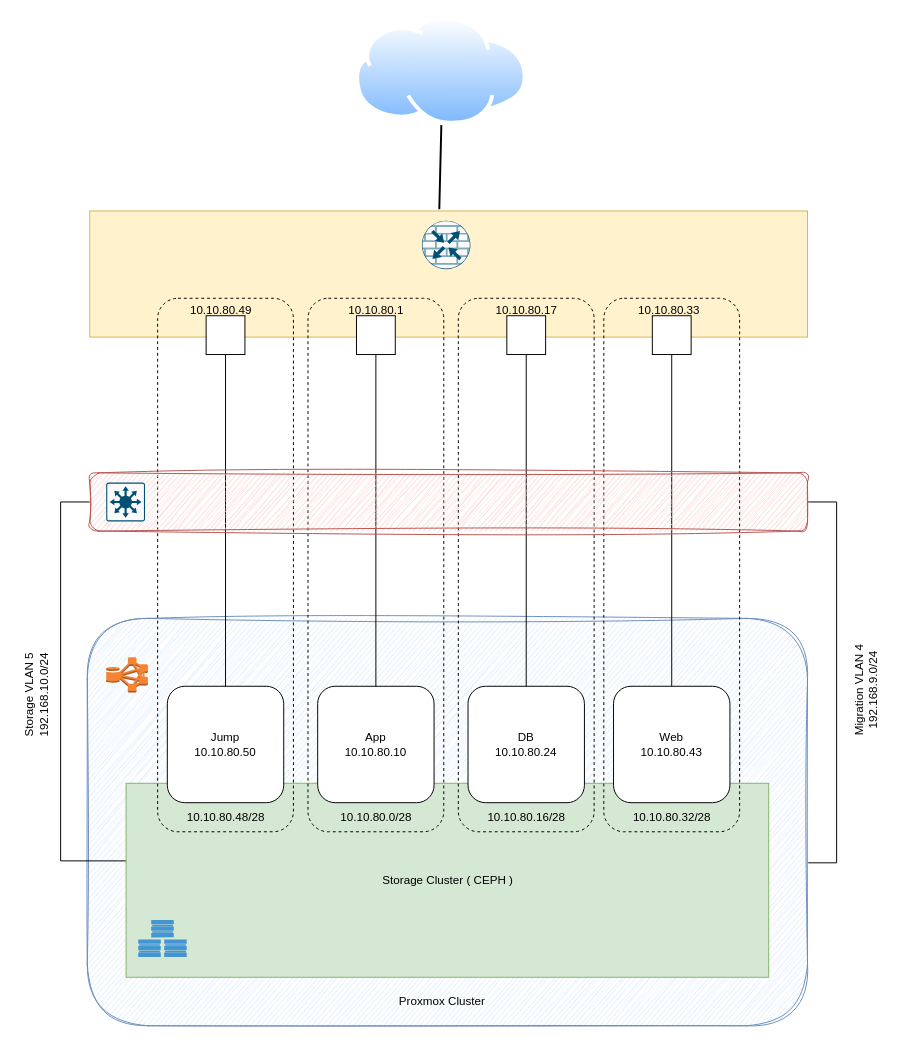
Above: Logical Network - Low Level.drawio in aadarshadhakalg/aadarshadhakalg (draw.io), before the change. Source tidied: cells renumbered, new cells numbered last; positions are measured from the earlier drawing's top-left corner, leaving out a move shared by most shapes. Both pictures are drawn from the tidied source at 97%, with x=0, y=0 at pixel (-17, 16).
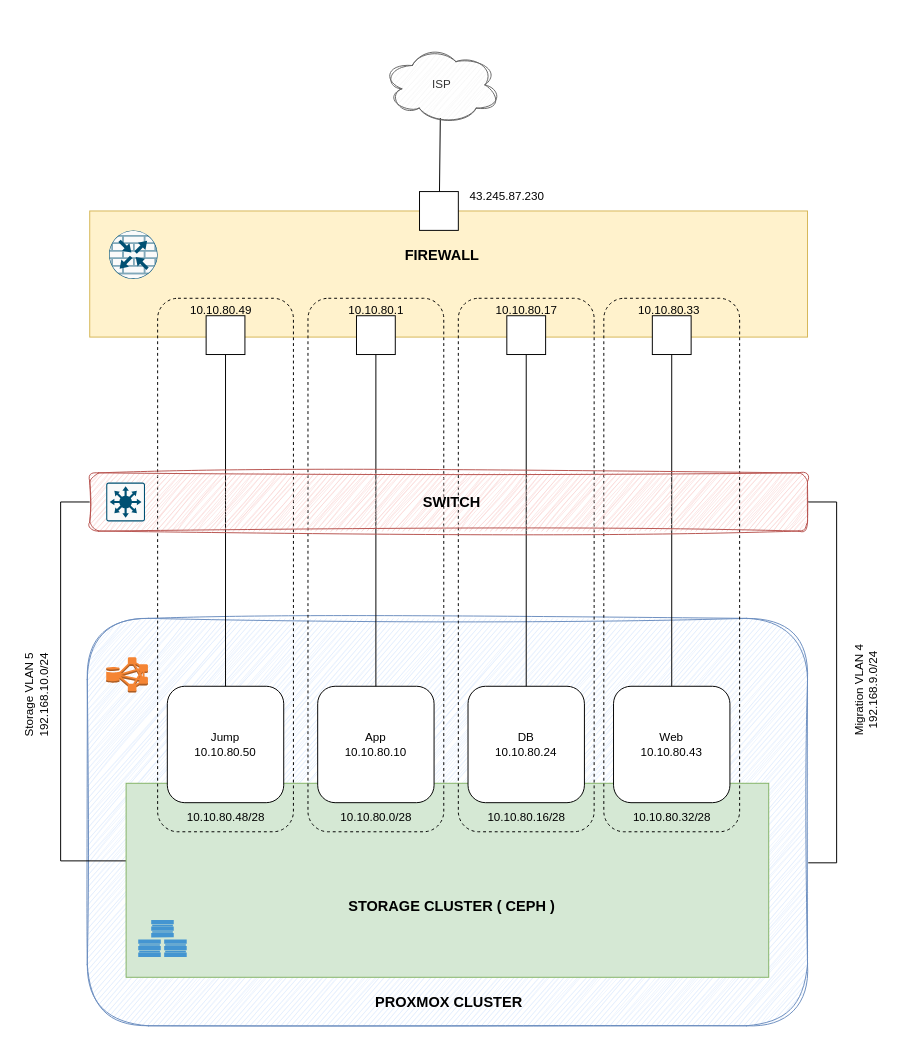
Above is the later version.

The change refers to these unchanged cells:
```xml
<mxCell id="2" style="rounded=0;whiteSpace=wrap;html=1;fillColor=#fff2cc;strokeColor=#d6b656;" parent="1" vertex="1">
  <mxGeometry x="110" y="200" width="740" height="130" as="geometry" />
</mxCell>
```

The edit, as a diff of the source:
```diff
@@
     <mxCell id="3" style="sketch=0;verticalLabelPosition=bottom;html=1;verticalAlign=top;align=center;shape=mxgraph.cisco19.rect;prIcon=router_with_firewall;fillColor=#FAFAFA;strokeColor=#005073;" parent="1" vertex="1">
-      <mxGeometry x="452.5" y="210" width="50" height="50" as="geometry" />
+      <mxGeometry x="130" y="220" width="50" height="50" as="geometry" />
     </mxCell>
@@
-    <mxCell id="7" value="Storage Cluster ( CEPH )" style="rounded=0;whiteSpace=wrap;html=1;fillColor=#d5e8d4;strokeColor=#82b366;" parent="1" vertex="1">
+    <mxCell id="7" style="rounded=0;whiteSpace=wrap;html=1;fillColor=#d5e8d4;strokeColor=#82b366;" parent="1" vertex="1">
       <mxGeometry x="147.5" y="790" width="662.5" height="200" as="geometry" />
     </mxCell>
@@
-    <mxCell id="36" value="Proxmox Cluster" style="text;html=1;align=center;verticalAlign=middle;strokeColor=none;fillColor=none;" parent="1" vertex="1">
-      <mxGeometry x="417.5" y="1000" width="110" height="30" as="geometry" />
-    </mxCell>
@@
-    <mxCell id="39" value="&lt;div&gt;&lt;br&gt;&lt;/div&gt;" style="endArrow=none;html=1;rounded=0;exitX=0.487;exitY=-0.013;exitDx=0;exitDy=0;exitPerimeter=0;strokeWidth=2;entryX=0.5;entryY=1;entryDx=0;entryDy=0;" parent="1" edge="1" source="2" target="40">
+    <mxCell id="39" value="&lt;div&gt;&lt;br&gt;&lt;/div&gt;" style="endArrow=none;html=1;rounded=0;exitX=0.487;exitY=-0.013;exitDx=0;exitDy=0;exitPerimeter=0;strokeWidth=1;entryX=0.491;entryY=0.927;entryDx=0;entryDy=0;entryPerimeter=0;" parent="1" edge="1" source="2" target="44">
       <mxGeometry relative="1" as="geometry" />
     </mxCell>
-    <mxCell id="40" style="image;perimeter=ellipsePerimeter;html=1;align=center;shadow=0;dashed=0;spacingTop=3;image=img/lib/active_directory/internet_cloud.svg;" parent="1" vertex="1">
-      <mxGeometry x="384" width="177" height="111.5" as="geometry" />
-    </mxCell>
+    <mxCell id="41" value="&lt;b&gt;&lt;font style=&quot;font-size: 15px;&quot;&gt;FIREWALL&lt;/font&gt;&lt;/b&gt;" style="text;html=1;align=center;verticalAlign=middle;strokeColor=none;fillColor=none;" parent="1" vertex="1">
+      <mxGeometry x="422.5" y="230" width="100" height="30" as="geometry" />
+    </mxCell>
+    <mxCell id="42" style="whiteSpace=wrap;html=1;" parent="1" vertex="1">
+      <mxGeometry x="450" y="180" width="40" height="40" as="geometry" />
+    </mxCell>
+    <mxCell id="43" value="43.245.87.230" style="text;html=1;align=center;verticalAlign=middle;strokeColor=none;fillColor=none;" parent="1" vertex="1">
+      <mxGeometry x="490" y="170" width="100" height="30" as="geometry" />
+    </mxCell>
+    <mxCell id="44" value="ISP" style="ellipse;shape=cloud;whiteSpace=wrap;html=1;fillColor=#f5f5f5;fontColor=#333333;strokeColor=#666666;sketch=1;curveFitting=1;jiggle=2;" parent="1" vertex="1">
+      <mxGeometry x="412.5" y="30" width="120" height="80" as="geometry" />
+    </mxCell>
+    <mxCell id="45" value="&lt;b&gt;&lt;font style=&quot;font-size: 15px;&quot;&gt;SWITCH&lt;/font&gt;&lt;/b&gt;" style="text;html=1;align=center;verticalAlign=middle;strokeColor=none;fillColor=none;" parent="1" vertex="1">
+      <mxGeometry x="442.5" y="485" width="80" height="30" as="geometry" />
+    </mxCell>
+    <mxCell id="46" value="&lt;b&gt;&lt;font style=&quot;font-size: 15px;&quot;&gt;STORAGE CLUSTER ( CEPH )&lt;/font&gt;&lt;/b&gt;" style="text;html=1;align=center;verticalAlign=middle;strokeColor=none;fillColor=none;" parent="1" vertex="1">
+      <mxGeometry x="362.5" y="901" width="240" height="30" as="geometry" />
+    </mxCell>
+    <mxCell id="47" value="&lt;b&gt;&lt;font style=&quot;font-size: 15px;&quot;&gt;PROXMOX CLUSTER&lt;/font&gt;&lt;/b&gt;" style="text;html=1;align=center;verticalAlign=middle;strokeColor=none;fillColor=none;" parent="1" vertex="1">
+      <mxGeometry x="390" y="1000" width="180" height="30" as="geometry" />
+    </mxCell>
```
